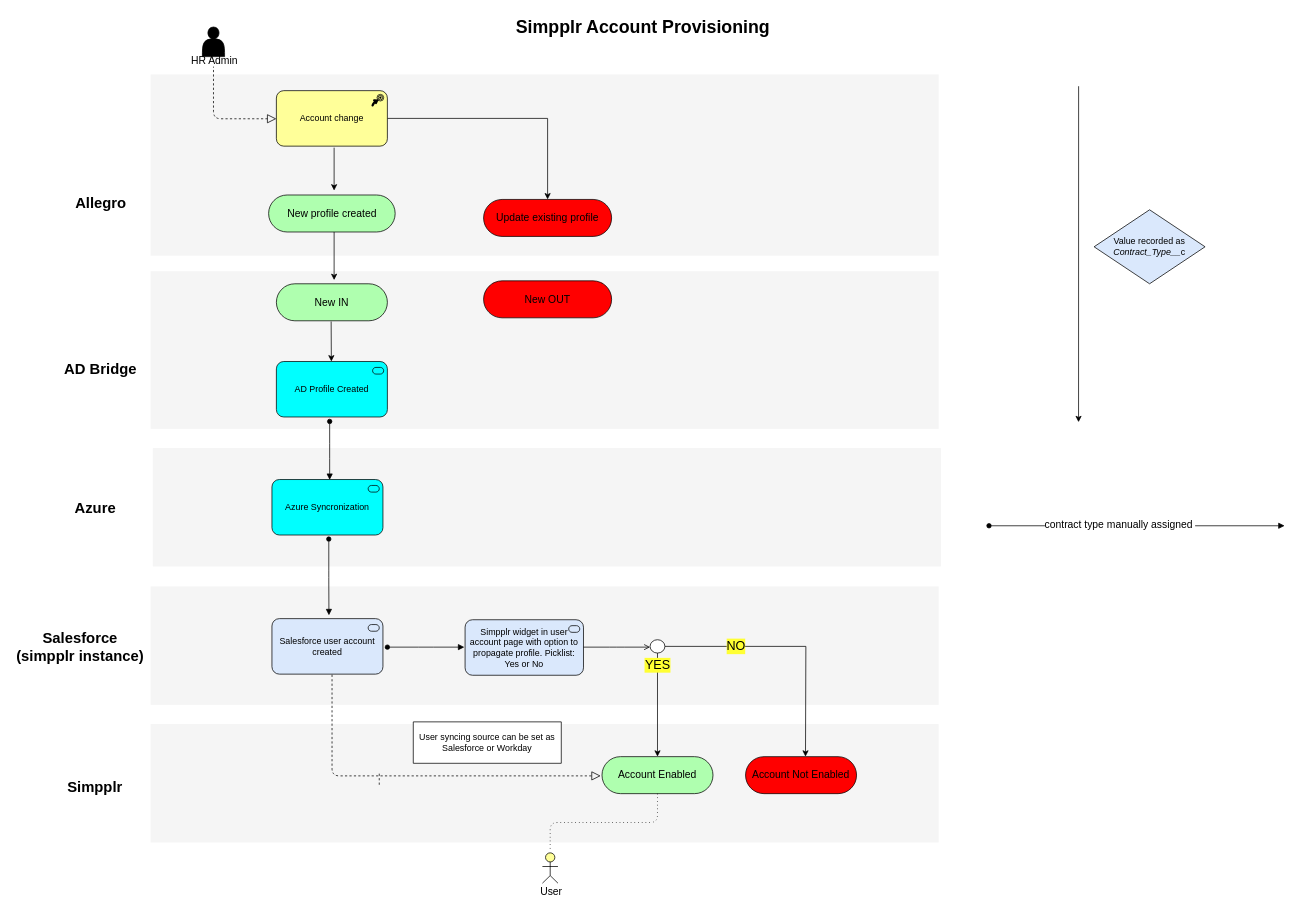
Above: SimpplrAccountProvisioning.drawio in merid-berhe/draw.io (draw.io), before the change. Source tidied: cells renumbered, new cells numbered last; positions are measured from the earlier drawing's top-left corner, leaving out a move shared by most shapes. Both pictures are drawn from the tidied source at 74%, with x=0, y=0 at pixel (13, 13).
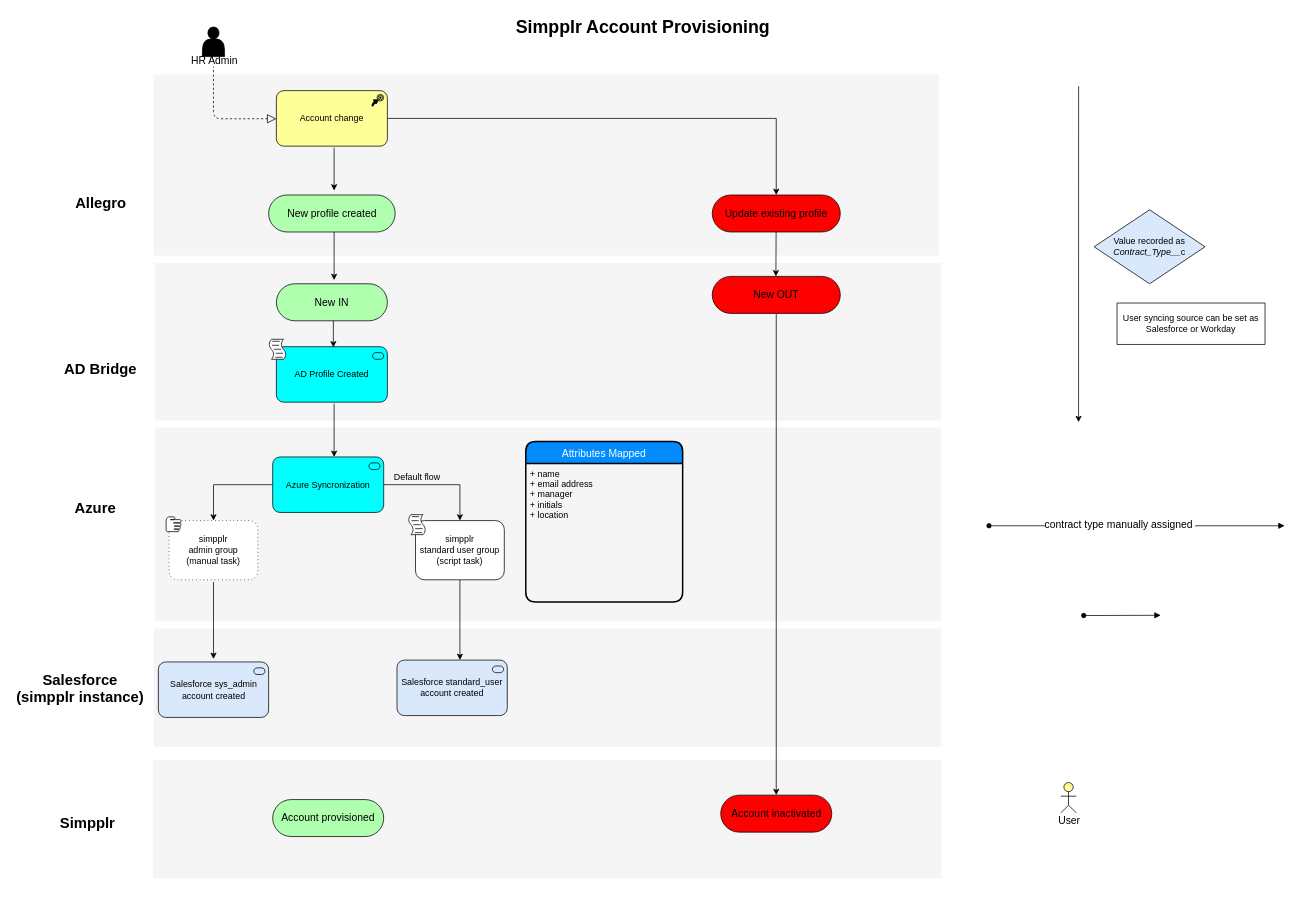
The same diagram, later.

Diff of the diagram source:
```diff
@@
+    <mxCell id="37" style="whiteSpace=wrap;html=1;strokeColor=none;strokeWidth=1;fillColor=#f5f5f5;fontSize=14;" parent="1" vertex="1">
+      <mxGeometry x="192" y="560" width="1062" height="262" as="geometry" />
+    </mxCell>
     <mxCell id="2" style="whiteSpace=wrap;html=1;strokeColor=none;strokeWidth=1;fillColor=#f5f5f5;fontSize=14;imageHeight=24;" parent="1" vertex="1">
-      <mxGeometry x="186" y="961" width="1065" height="160" as="geometry" />
+      <mxGeometry x="189" y="1009.5" width="1066" height="160" as="geometry" />
     </mxCell>
     <mxCell id="3" style="whiteSpace=wrap;html=1;strokeColor=none;strokeWidth=1;fillColor=#f5f5f5;fontSize=14;" parent="1" vertex="1">
-      <mxGeometry x="186" y="349" width="1065" height="213" as="geometry" />
+      <mxGeometry x="192" y="338" width="1062" height="213" as="geometry" />
     </mxCell>
     <mxCell id="4" style="whiteSpace=wrap;html=1;strokeColor=none;strokeWidth=1;fillColor=#f5f5f5;fontSize=14;" parent="1" vertex="1">
-      <mxGeometry x="186" y="775" width="1065" height="160" as="geometry" />
+      <mxGeometry x="190" y="832" width="1064" height="160" as="geometry" />
     </mxCell>
     <mxCell id="5" style="whiteSpace=wrap;html=1;strokeColor=none;strokeWidth=1;fillColor=#f5f5f5;fontSize=14;imageWidth=24;imageAspect=1;" parent="1" vertex="1">
-      <mxGeometry x="186" y="83" width="1065" height="245" as="geometry" />
+      <mxGeometry x="190" y="83" width="1061" height="245" as="geometry" />
     </mxCell>
-    <mxCell id="6" value="Account Enabled" style="html=1;whiteSpace=wrap;fillColor=#AFFFAF;strokeColor=#000000;shape=mxgraph.archimate3.service;fontSize=14;" parent="1" vertex="1">
-      <mxGeometry x="796" y="1005" width="150" height="50" as="geometry" />
+    <mxCell id="6" value="Account provisioned" style="html=1;whiteSpace=wrap;fillColor=#AFFFAF;strokeColor=#000000;shape=mxgraph.archimate3.service;fontSize=14;" parent="1" vertex="1">
+      <mxGeometry x="351" y="1063" width="150" height="50" as="geometry" />
     </mxCell>
-    <mxCell id="7" value="Account Not Enabled" style="html=1;whiteSpace=wrap;fillColor=#FF0000;strokeColor=#000000;shape=mxgraph.archimate3.service;fontSize=14;" parent="1" vertex="1">
-      <mxGeometry x="990" y="1005" width="150" height="50" as="geometry" />
+    <mxCell id="7" value="Account inactivated" style="html=1;whiteSpace=wrap;fillColor=#FF0000;strokeColor=#000000;shape=mxgraph.archimate3.service;fontSize=14;" parent="1" vertex="1">
+      <mxGeometry x="956.5" y="1057" width="150" height="50" as="geometry" />
     </mxCell>
     <mxCell id="8" value="Salesforce&lt;br&gt;(simpplr instance)" style="text;html=1;strokeColor=none;fillColor=none;align=center;verticalAlign=middle;whiteSpace=wrap;fontSize=20;fontStyle=1;" parent="1" vertex="1">
-      <mxGeometry y="828" width="181.5" height="56" as="geometry" />
+      <mxGeometry y="884" width="181.5" height="56" as="geometry" />
     </mxCell>
@@
     <mxCell id="14" value="Simpplr" style="text;html=1;strokeColor=none;fillColor=none;align=center;verticalAlign=middle;whiteSpace=wrap;fontSize=20;fontStyle=1;" parent="1" vertex="1">
-      <mxGeometry x="56" y="1035" width="110" height="20" as="geometry" />
+      <mxGeometry x="46" y="1083.5" width="110" height="20" as="geometry" />
     </mxCell>
@@
     <mxCell id="18" value="AD Profile Created" style="html=1;whiteSpace=wrap;fillColor=#00FFFF;strokeColor=#000000;shape=mxgraph.archimate3.application;appType=serv;archiType=rounded;" parent="1" vertex="1">
-      <mxGeometry x="356" y="471" width="150" height="75" as="geometry" />
+      <mxGeometry x="356" y="451" width="150" height="75" as="geometry" />
     </mxCell>
-    <mxCell id="19" value="Salesforce user account created" style="html=1;outlineConnect=0;whiteSpace=wrap;fillColor=#dae8fc;strokeColor=#000000;shape=mxgraph.archimate3.application;appType=serv;archiType=rounded;" parent="1" vertex="1">
-      <mxGeometry x="350" y="818.5" width="150" height="75" as="geometry" />
+    <mxCell id="19" value="Salesforce standard_user account created" style="html=1;outlineConnect=0;whiteSpace=wrap;fillColor=#dae8fc;strokeColor=#000000;shape=mxgraph.archimate3.application;appType=serv;archiType=rounded;" parent="1" vertex="1">
+      <mxGeometry x="519" y="874.5" width="149" height="75" as="geometry" />
     </mxCell>
@@
-    <mxCell id="22" value="Simpplr widget in user account page with option to propagate profile. Picklist: Yes or No" style="html=1;whiteSpace=wrap;fillColor=#dae8fc;strokeColor=#000000;shape=mxgraph.archimate3.application;appType=serv;archiType=rounded;" parent="1" vertex="1">
-      <mxGeometry x="611" y="820" width="160" height="75" as="geometry" />
-    </mxCell>
-    <mxCell id="23" style="edgeStyle=orthogonalEdgeStyle;rounded=0;jettySize=auto;html=1;" parent="1" edge="1" source="26" target="6">
-      <mxGeometry relative="1" as="geometry" />
-    </mxCell>
-    <mxCell id="24" style="edgeStyle=orthogonalEdgeStyle;rounded=0;jettySize=auto;html=1;" parent="1" edge="1" source="26">
-      <mxGeometry relative="1" as="geometry">
-        <mxPoint x="1071" y="1005" as="targetPoint" />
-      </mxGeometry>
-    </mxCell>
-    <mxCell id="25" value="NO" style="text;html=1;align=center;verticalAlign=middle;labelBackgroundColor=#FFFF33;fontSize=17;" parent="24" vertex="1">
-      <mxGeometry x="-0.44" y="-3" relative="1" as="geometry">
-        <mxPoint y="-4" as="offset" />
-      </mxGeometry>
-    </mxCell>
-    <mxCell id="26" value="YES" style="ellipse;html=1;verticalLabelPosition=bottom;labelBackgroundColor=#FFFF33;verticalAlign=top;fillColor=#ffffff;strokeColor=#000000;fontSize=17;" parent="1" vertex="1">
-      <mxGeometry x="861" y="847" width="20" height="18" as="geometry" />
-    </mxCell>
-    <mxCell id="27" style="edgeStyle=elbowEdgeStyle;html=1;endArrow=open;elbow=vertical;endFill=1;" parent="1" edge="1">
-      <mxGeometry relative="1" as="geometry">
-        <mxPoint x="771" y="857" as="sourcePoint" />
-        <mxPoint x="861" y="857" as="targetPoint" />
-      </mxGeometry>
-    </mxCell>
-    <mxCell id="28" style="edgeStyle=elbowEdgeStyle;rounded=1;elbow=vertical;html=1;dashed=1;startSize=10;endArrow=block;endFill=0;endSize=10;jettySize=auto;orthogonalLoop=1;strokeColor=#000000;fontSize=14;exitX=0.5;exitY=1;exitDx=0;exitDy=0;entryX=0.435;entryY=0.531;entryDx=0;entryDy=0;entryPerimeter=0;" parent="1" edge="1">
-      <mxGeometry relative="1" as="geometry">
-        <mxPoint x="431.2" y="894.3" as="sourcePoint" />
-        <mxPoint x="794.3" y="1031" as="targetPoint" />
-        <Array as="points">
-          <mxPoint x="609" y="1031" />
-          <mxPoint x="473.5" y="1079" />
-        </Array>
-      </mxGeometry>
-    </mxCell>
     <mxCell id="29" value="&lt;span style=&quot;white-space: nowrap ; background-color: rgb(255 , 255 , 255)&quot;&gt;User syncing source can be set as&lt;br&gt;Salesforce or Workday&lt;br&gt;&lt;/span&gt;" style="shape=note;whiteSpace=wrap;html=1;backgroundOutline=1;darkOpacity=0.05;strokeColor=#000000;fillColor=#FFFFFF;size=0;" parent="1" vertex="1">
-      <mxGeometry x="541" y="958" width="200" height="56" as="geometry" />
+      <mxGeometry x="1492" y="392" width="200" height="56" as="geometry" />
     </mxCell>
-    <mxCell id="30" style="endArrow=none;dashed=1;html=1;fontSize=17;entryX=0.5;entryY=1;entryDx=0;entryDy=0;entryPerimeter=0;" parent="1" edge="1">
-      <mxGeometry relative="1" as="geometry">
-        <mxPoint x="495" y="1043" as="sourcePoint" />
-        <mxPoint x="495" y="1025.5" as="targetPoint" />
-      </mxGeometry>
-    </mxCell>
     <mxCell id="31" style="endArrow=block;html=1;endFill=1;startArrow=oval;startFill=1;edgeStyle=elbowEdgeStyle;elbow=vertical;fontSize=17;" parent="1" edge="1">
       <mxGeometry relative="1" as="geometry">
-        <mxPoint x="506" y="857" as="sourcePoint" />
-        <mxPoint x="610" y="857" as="targetPoint" />
+        <mxPoint x="1447" y="814.3" as="sourcePoint" />
+        <mxPoint x="1551" y="814.3" as="targetPoint" />
       </mxGeometry>
     </mxCell>
@@
     <mxCell id="34" style="html=1;whiteSpace=wrap;fillColor=#ffff99;strokeColor=#000000;verticalLabelPosition=bottom;verticalAlign=top;align=center;shape=mxgraph.archimate3.actor;labelBackgroundColor=#FFFF33;fontSize=14;" parent="1" vertex="1">
-      <mxGeometry x="715.5" y="1135" width="21" height="41" as="geometry" />
+      <mxGeometry x="1416" y="1040" width="21" height="41" as="geometry" />
     </mxCell>
-    <mxCell id="35" style="edgeStyle=elbowEdgeStyle;html=1;endArrow=none;elbow=vertical;dashed=1;startFill=0;dashPattern=1 4;fontSize=14;exitX=0.5;exitY=1;exitDx=0;exitDy=0;exitPerimeter=0;" parent="1" edge="1" source="6">
-      <mxGeometry relative="1" as="geometry">
-        <mxPoint x="726" y="1132" as="targetPoint" />
-      </mxGeometry>
-    </mxCell>
     <mxCell id="36" value="User" style="text;html=1;align=left;verticalAlign=top;spacingTop=-4;fontSize=14;" parent="1" vertex="1">
-      <mxGeometry x="711" y="1177" width="40" height="17" as="geometry" />
+      <mxGeometry x="1411" y="1081" width="40" height="17" as="geometry" />
     </mxCell>
-    <mxCell id="37" style="whiteSpace=wrap;html=1;strokeColor=none;strokeWidth=1;fillColor=#f5f5f5;fontSize=14;" parent="1" vertex="1">
-      <mxGeometry x="189" y="588" width="1065" height="160" as="geometry" />
-    </mxCell>
+    <mxCell id="49" style="edgeStyle=orthogonalEdgeStyle;rounded=0;jettySize=auto;html=1;exitX=0;exitY=0.5;exitDx=0;exitDy=0;exitPerimeter=0;entryX=0.5;entryY=0;entryDx=0;entryDy=0;" parent="1" edge="1" source="38" target="55">
+      <mxGeometry relative="1" as="geometry" />
+    </mxCell>
+    <mxCell id="50" style="edgeStyle=orthogonalEdgeStyle;rounded=0;jettySize=auto;html=1;exitX=1;exitY=0.5;exitDx=0;exitDy=0;exitPerimeter=0;" parent="1" edge="1" source="38" target="57">
+      <mxGeometry relative="1" as="geometry" />
+    </mxCell>
     <mxCell id="38" value="Azure Syncronization" style="html=1;outlineConnect=0;whiteSpace=wrap;fillColor=#00FFFF;strokeColor=#000000;shape=mxgraph.archimate3.application;appType=serv;archiType=rounded;" parent="1" vertex="1">
-      <mxGeometry x="350" y="630.5" width="150" height="75" as="geometry" />
+      <mxGeometry x="351" y="600" width="150" height="75" as="geometry" />
     </mxCell>
-    <mxCell id="39" style="endArrow=block;html=1;endFill=1;startArrow=oval;startFill=1;edgeStyle=elbowEdgeStyle;elbow=vertical;fontSize=17;exitX=0.5;exitY=1;exitDx=0;exitDy=0;exitPerimeter=0;" parent="1" edge="1">
-      <mxGeometry relative="1" as="geometry">
-        <mxPoint x="428" y="552" as="sourcePoint" />
-        <mxPoint x="428" y="631" as="targetPoint" />
-      </mxGeometry>
-    </mxCell>
@@
+    <mxCell id="51" style="edgeStyle=orthogonalEdgeStyle;rounded=0;jettySize=auto;html=1;exitX=0.5;exitY=1;exitDx=0;exitDy=0;exitPerimeter=0;" parent="1" edge="1" source="42" target="7">
+      <mxGeometry relative="1" as="geometry" />
+    </mxCell>
     <mxCell id="42" value="New OUT" style="html=1;whiteSpace=wrap;fillColor=#FF0000;strokeColor=#000000;shape=mxgraph.archimate3.service;fontSize=14;" parent="1" vertex="1">
-      <mxGeometry x="636" y="362" width="173" height="50" as="geometry" />
+      <mxGeometry x="945" y="356" width="173" height="50" as="geometry" />
     </mxCell>
@@
-    <mxCell id="44" style="endArrow=classic;html=1;entryX=0.5;entryY=0;entryDx=0;entryDy=0;entryPerimeter=0;" parent="1" edge="1">
+    <mxCell id="44" style="endArrow=classic;html=1;" parent="1" edge="1">
       <mxGeometry relative="1" as="geometry">
-        <mxPoint x="430" y="417" as="sourcePoint" />
-        <mxPoint x="430.3" y="471" as="targetPoint" />
+        <mxPoint x="433" y="416" as="sourcePoint" />
+        <mxPoint x="433" y="452" as="targetPoint" />
+        <Array as="points">
+          <mxPoint x="433" y="430" />
+        </Array>
       </mxGeometry>
     </mxCell>
-    <mxCell id="45" style="endArrow=block;html=1;endFill=1;startArrow=oval;startFill=1;edgeStyle=elbowEdgeStyle;elbow=vertical;fontSize=17;exitX=0.5;exitY=1;exitDx=0;exitDy=0;exitPerimeter=0;" parent="1" edge="1">
+    <mxCell id="45" style="endArrow=block;html=1;endFill=1;startArrow=oval;startFill=1;edgeStyle=elbowEdgeStyle;elbow=vertical;fontSize=17;" parent="1" edge="1" source="37" target="55">
       <mxGeometry relative="1" as="geometry">
-        <mxPoint x="426.8" y="711" as="sourcePoint" />
-        <mxPoint x="427" y="814" as="targetPoint" />
+        <Array as="points">
+          <mxPoint x="336" y="644" />
+        </Array>
       </mxGeometry>
     </mxCell>
@@
     <mxCell id="48" value="Update existing profile" style="html=1;whiteSpace=wrap;fillColor=#FF0000;strokeColor=#000000;shape=mxgraph.archimate3.service;fontSize=14;" parent="1" vertex="1">
-      <mxGeometry x="636" y="252" width="173" height="50" as="geometry" />
+      <mxGeometry x="945" y="246" width="173" height="50" as="geometry" />
     </mxCell>
+    <mxCell id="52" value="Attributes Mapped" style="swimlane;horizontal=1;startSize=30;fillColor=#008cff;fontColor=#FFFFFF;rounded=1;fontSize=14;fontStyle=0;strokeWidth=2;shadow=0;dashed=0;align=center;" parent="1" vertex="1">
+      <mxGeometry x="693" y="579" width="212" height="217" as="geometry" />
+    </mxCell>
+    <mxCell id="53" value="+ name&#10;+ email address&#10;+ manager&#10;+ initials&#10;+ location" style="align=left;strokeColor=none;fillColor=none;spacingLeft=4;fontSize=12;verticalAlign=top;" parent="52" vertex="1">
+      <mxGeometry y="30" width="212" height="187" as="geometry" />
+    </mxCell>
+    <mxCell id="54" style="edgeStyle=orthogonalEdgeStyle;rounded=0;orthogonalLoop=1;jettySize=auto;html=1;" parent="1" edge="1">
+      <mxGeometry relative="1" as="geometry">
+        <mxPoint x="271" y="769" as="sourcePoint" />
+        <mxPoint x="271" y="873" as="targetPoint" />
+      </mxGeometry>
+    </mxCell>
+    <mxCell id="55" value="simpplr &lt;br&gt;admin group&lt;br&gt;(manual task)" style="shape=ext;rounded=1;html=1;whiteSpace=wrap;dashed=1;dashPattern=1 4;" parent="1" vertex="1">
+      <mxGeometry x="211" y="686" width="120" height="80" as="geometry" />
+    </mxCell>
+    <mxCell id="56" style="edgeStyle=orthogonalEdgeStyle;rounded=0;jettySize=auto;html=1;exitX=0.5;exitY=1;exitDx=0;exitDy=0;" parent="1" edge="1" source="57" target="19">
+      <mxGeometry relative="1" as="geometry">
+        <Array as="points">
+          <mxPoint x="604" y="852" />
+          <mxPoint x="604" y="852" />
+        </Array>
+      </mxGeometry>
+    </mxCell>
+    <mxCell id="57" value="simpplr &lt;br&gt;standard user group&lt;br&gt;(script task)" style="shape=ext;rounded=1;html=1;whiteSpace=wrap;fillColor=#FFFFFF;" parent="1" vertex="1">
+      <mxGeometry x="544" y="686" width="120" height="80" as="geometry" />
+    </mxCell>
+    <mxCell id="58" style="shape=mxgraph.bpmn.manual_task;html=1;fillColor=#FFFFFF;" parent="1" vertex="1">
+      <mxGeometry x="207" y="681" width="20" height="20" as="geometry" />
+    </mxCell>
+    <mxCell id="59" style="shape=mxgraph.bpmn.script_task;html=1;fillColor=#FFFFFF;" parent="1" vertex="1">
+      <mxGeometry x="345.5" y="441" width="24" height="27" as="geometry" />
+    </mxCell>
+    <mxCell id="60" style="shape=mxgraph.bpmn.script_task;html=1;fillColor=#FFFFFF;" parent="1" vertex="1">
+      <mxGeometry x="534" y="678" width="24" height="27" as="geometry" />
+    </mxCell>
+    <mxCell id="61" style="endArrow=classic;html=1;" parent="1" edge="1">
+      <mxGeometry relative="1" as="geometry">
+        <mxPoint x="434" y="528" as="sourcePoint" />
+        <mxPoint x="434" y="600" as="targetPoint" />
+      </mxGeometry>
+    </mxCell>
+    <mxCell id="62" style="endArrow=classic;html=1;" parent="1" edge="1">
+      <mxGeometry relative="1" as="geometry">
+        <mxPoint x="1031.3" y="296" as="sourcePoint" />
+        <mxPoint x="1031" y="356" as="targetPoint" />
+      </mxGeometry>
+    </mxCell>
+    <mxCell id="63" value="Default flow" style="text;html=1;strokeColor=none;fillColor=none;align=center;verticalAlign=middle;whiteSpace=wrap;rounded=0;" parent="1" vertex="1">
+      <mxGeometry x="472.5" y="600" width="147" height="53" as="geometry" />
+    </mxCell>
+    <mxCell id="64" value="Salesforce sys_admin account created" style="html=1;whiteSpace=wrap;fillColor=#dae8fc;strokeColor=#000000;shape=mxgraph.archimate3.application;appType=serv;archiType=rounded;" parent="1" vertex="1">
+      <mxGeometry x="196.5" y="877" width="149" height="75" as="geometry" />
+    </mxCell>
```
